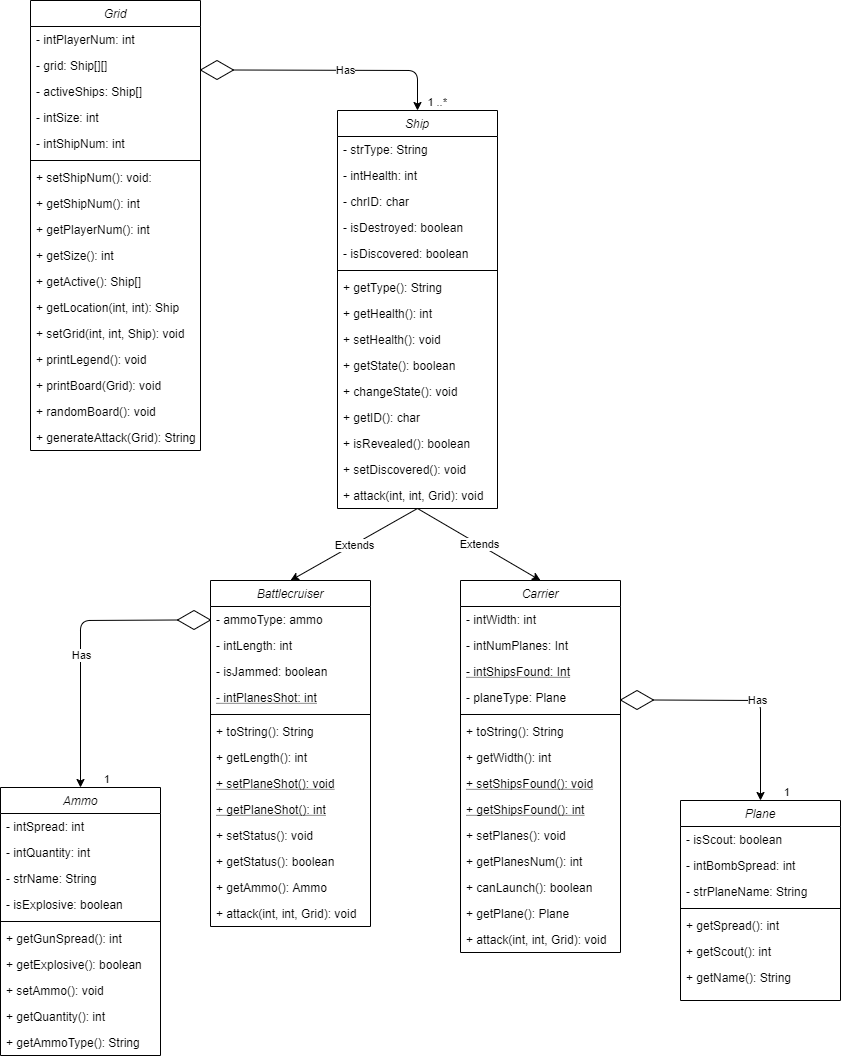
Above: src/Class Diagram.png in SACHSTech/ics4u-oop-assignment-jeffreylin-21 (draw.io), before the change. Source tidied: cells renumbered, new cells last; positions are measured from the earlier drawing's top-left corner, leaving out a move shared by most shapes.
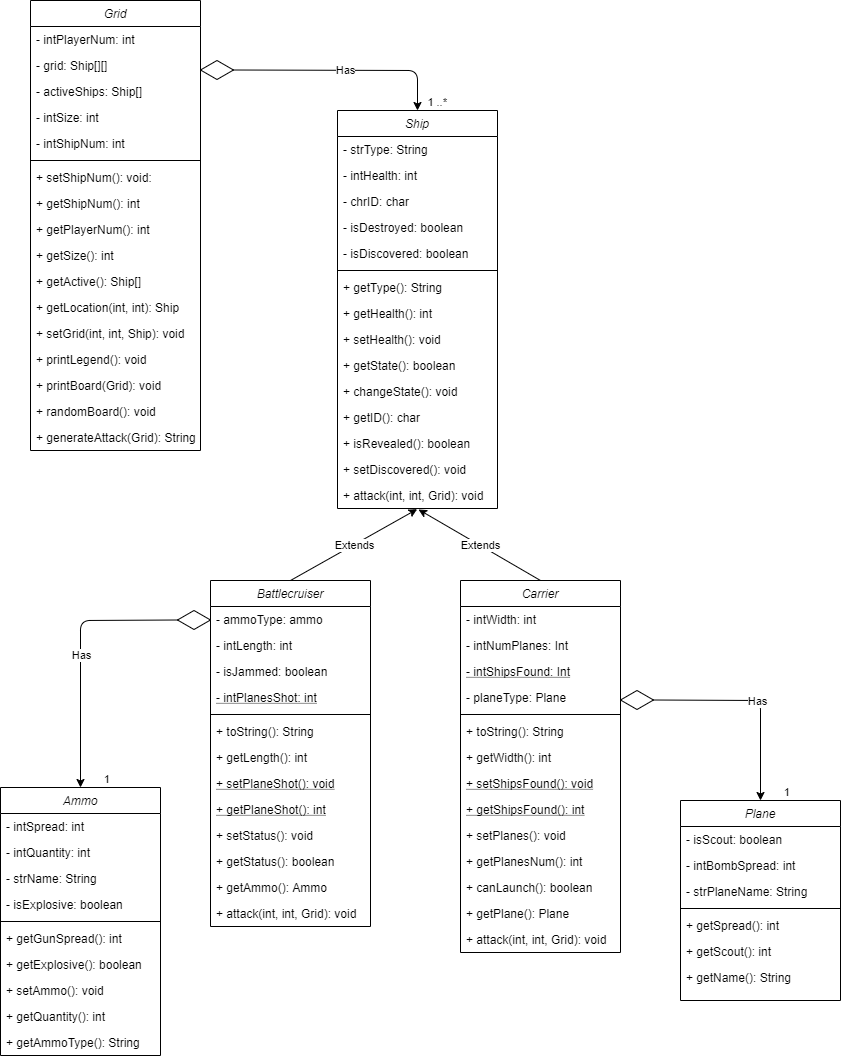
After the change.

Commit message:
fixed class diagram

What changed in the source:
```diff
@@ -248,14 +248,16 @@
     <mxCell id="83" value="+ generateAttack(Grid): String" style="text;align=left;verticalAlign=top;spacingLeft=4;spacingRight=4;overflow=hidden;" parent="66" vertex="1">
       <mxGeometry y="424" width="170" height="26" as="geometry" />
     </mxCell>
-    <mxCell id="84" style="endArrow=classic;html=1;exitX=0.5;exitY=1;exitDx=0;exitDy=0;entryX=0.5;entryY=0;entryDx=0;entryDy=0;" parent="1" edge="1" source="2" target="18">
+    <mxCell id="84" style="endArrow=classic;html=1;exitX=0.5;exitY=0;exitDx=0;exitDy=0;entryX=0.498;entryY=1.026;entryDx=0;entryDy=0;entryPerimeter=0;" parent="1" edge="1" source="18" target="17">
       <mxGeometry relative="1" as="geometry" />
     </mxCell>
     <mxCell id="85" value="Extends" style="edgeLabel;html=1;align=center;verticalAlign=middle;" parent="84" vertex="1">
       <mxGeometry relative="1" as="geometry" />
     </mxCell>
-    <mxCell id="86" style="endArrow=classic;html=1;exitX=0.5;exitY=1;exitDx=0;exitDy=0;entryX=0.5;entryY=0;entryDx=0;entryDy=0;" parent="1" edge="1" source="2" target="32">
-      <mxGeometry relative="1" as="geometry" />
+    <mxCell id="86" style="endArrow=classic;html=1;exitX=0.5;exitY=0;exitDx=0;exitDy=0;" parent="1" edge="1" source="32">
+      <mxGeometry relative="1" as="geometry">
+        <mxPoint x="418" y="509" as="targetPoint" />
+      </mxGeometry>
     </mxCell>
     <mxCell id="87" value="Extends" style="edgeLabel;html=1;align=center;verticalAlign=middle;" parent="86" vertex="1">
       <mxGeometry relative="1" as="geometry" />
```
